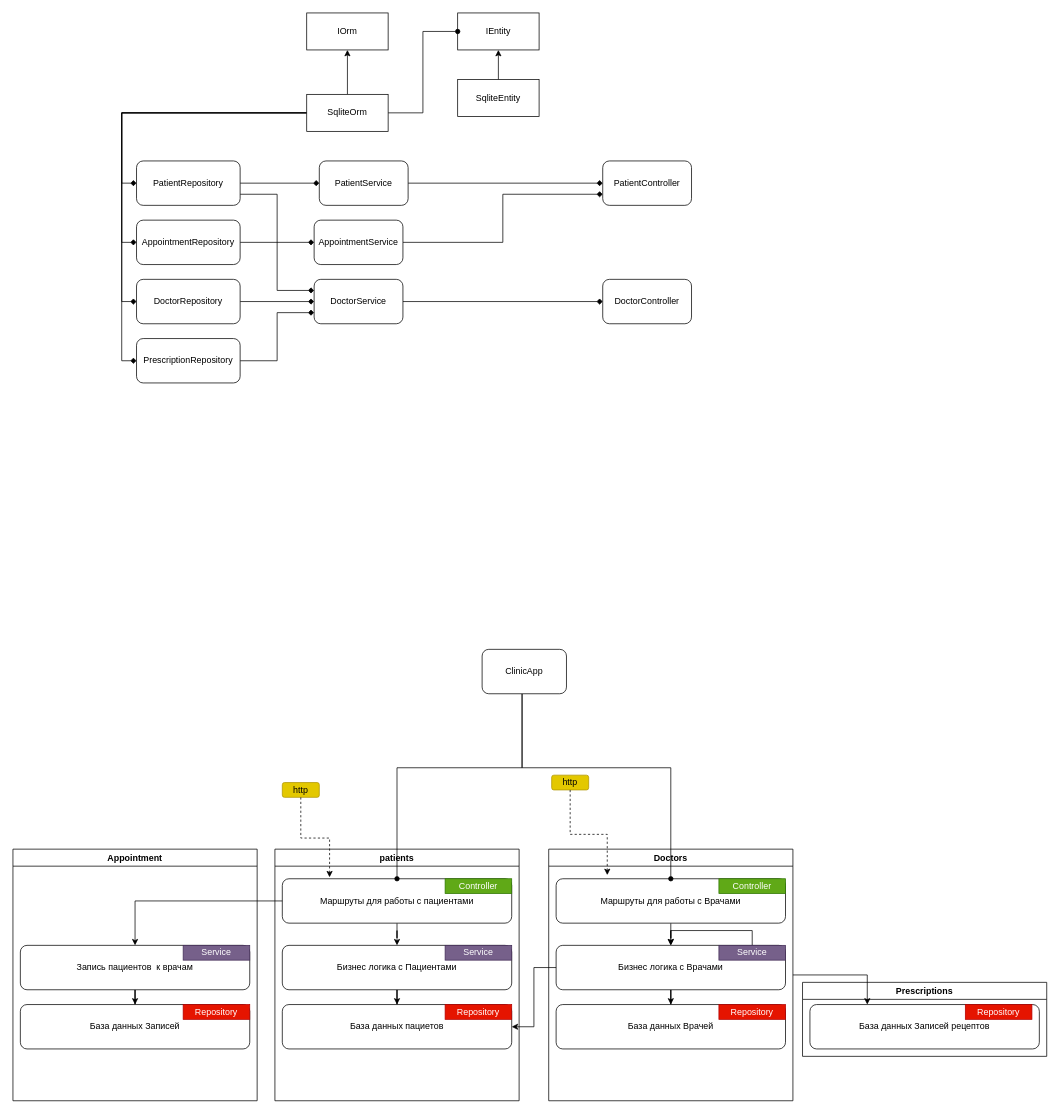
This is WeeklyClinic.drawio from lzpmpc005/HealthClinic, a draw.io file, before an edit. Source tidied: cells renumbered, new cells numbered last; positions are measured from the earlier drawing's top-left corner, leaving out a move shared by most shapes. Both pictures are drawn from the tidied source at 74%, with x=0, y=0 at pixel (13, 13).
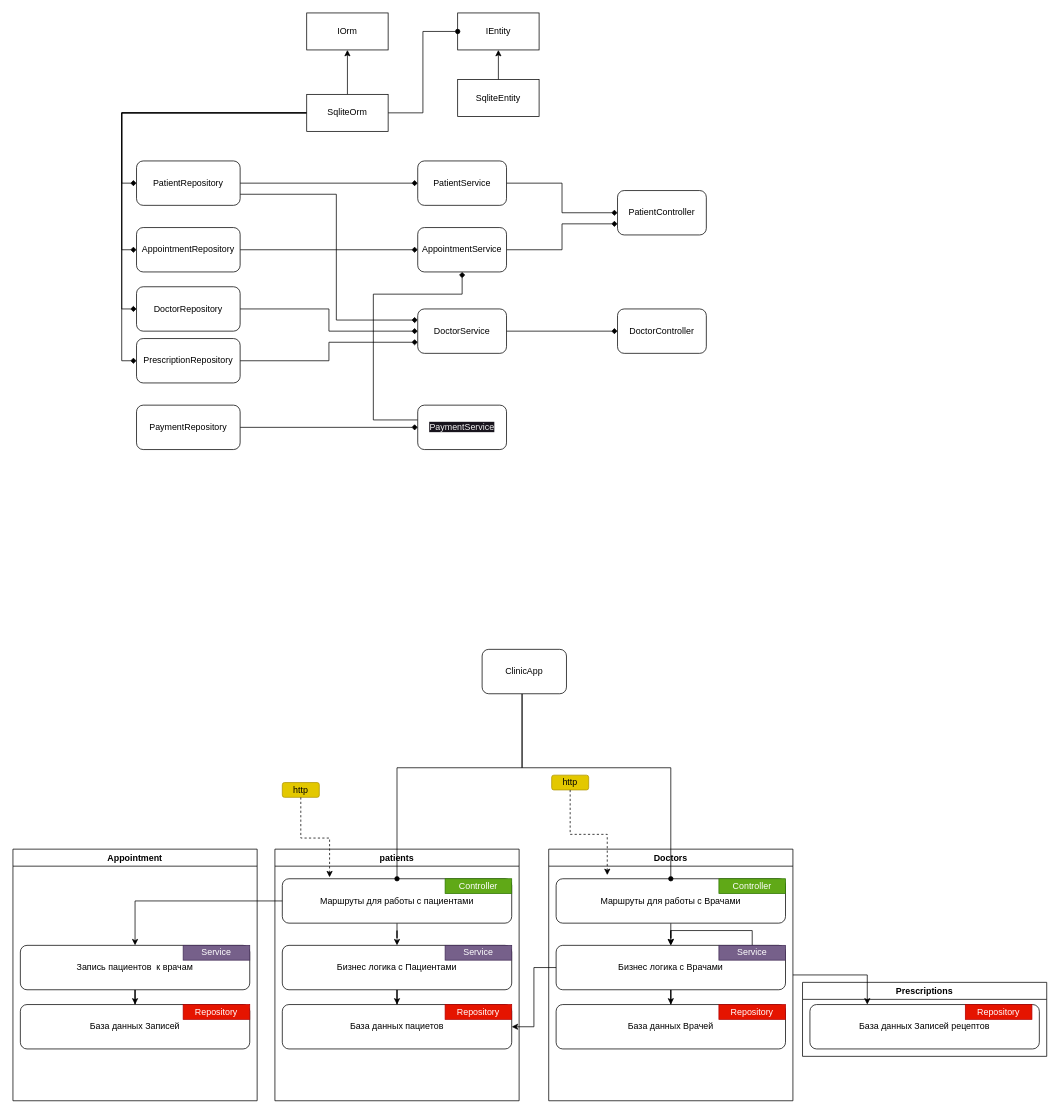
The same diagram, later.

Unchanged cells that the change refers to:
```xml
<mxCell id="51" value="PatientRepository" style="rounded=1;whiteSpace=wrap;html=1;" parent="1" vertex="1">
  <mxGeometry x="167" y="200" width="140" height="60" as="geometry" />
</mxCell>
```

The edit, as a diff of the source:
```diff
@@
     <mxCell id="50" style="edgeStyle=orthogonalEdgeStyle;rounded=0;jettySize=auto;html=1;exitX=1;exitY=0.75;exitDx=0;exitDy=0;entryX=0;entryY=0.25;entryDx=0;entryDy=0;endArrow=diamond;endFill=1;" parent="1" edge="1" source="51" target="59">
-      <mxGeometry relative="1" as="geometry" />
+      <mxGeometry relative="1" as="geometry">
+        <Array as="points">
+          <mxPoint x="437" y="245" />
+          <mxPoint x="437" y="415" />
+        </Array>
+      </mxGeometry>
     </mxCell>
@@
     <mxCell id="53" value="DoctorRepository" style="rounded=1;whiteSpace=wrap;html=1;" parent="1" vertex="1">
-      <mxGeometry x="167" y="360" width="140" height="60" as="geometry" />
+      <mxGeometry x="167" y="370" width="140" height="60" as="geometry" />
     </mxCell>
-    <mxCell id="54" style="edgeStyle=orthogonalEdgeStyle;rounded=0;jettySize=auto;html=1;entryX=0;entryY=0.5;entryDx=0;entryDy=0;endArrow=diamond;endFill=1;" parent="1" edge="1" source="55" target="61">
+    <mxCell id="54" style="edgeStyle=orthogonalEdgeStyle;rounded=0;html=1;entryX=0;entryY=0.5;entryDx=0;entryDy=0;endArrow=diamond;endFill=1;" parent="1" edge="1" source="55" target="61">
       <mxGeometry relative="1" as="geometry" />
     </mxCell>
     <mxCell id="55" value="AppointmentRepository" style="rounded=1;whiteSpace=wrap;html=1;" parent="1" vertex="1">
-      <mxGeometry x="167" y="280" width="140" height="60" as="geometry" />
+      <mxGeometry x="167" y="290" width="140" height="60" as="geometry" />
     </mxCell>
@@
     <mxCell id="57" value="PatientService" style="rounded=1;whiteSpace=wrap;html=1;" parent="1" vertex="1">
-      <mxGeometry x="414" y="200" width="120" height="60" as="geometry" />
+      <mxGeometry x="547" y="200" width="120" height="60" as="geometry" />
     </mxCell>
@@
     <mxCell id="59" value="DoctorService" style="rounded=1;whiteSpace=wrap;html=1;" parent="1" vertex="1">
-      <mxGeometry x="407" y="360" width="120" height="60" as="geometry" />
+      <mxGeometry x="547" y="400" width="120" height="60" as="geometry" />
     </mxCell>
@@
     <mxCell id="61" value="AppointmentService" style="rounded=1;whiteSpace=wrap;html=1;" parent="1" vertex="1">
-      <mxGeometry x="407" y="280" width="120" height="60" as="geometry" />
+      <mxGeometry x="547" y="290" width="120" height="60" as="geometry" />
     </mxCell>
     <mxCell id="62" value="PatientController" style="rounded=1;whiteSpace=wrap;html=1;" parent="1" vertex="1">
-      <mxGeometry x="797" y="200" width="120" height="60" as="geometry" />
+      <mxGeometry x="817" y="240" width="120" height="60" as="geometry" />
     </mxCell>
     <mxCell id="63" value="DoctorController" style="rounded=1;whiteSpace=wrap;html=1;" parent="1" vertex="1">
-      <mxGeometry x="797" y="360" width="120" height="60" as="geometry" />
+      <mxGeometry x="817" y="400" width="120" height="60" as="geometry" />
     </mxCell>
@@
+    <mxCell id="68" style="edgeStyle=orthogonalEdgeStyle;rounded=0;html=1;entryX=0;entryY=0.5;entryDx=0;entryDy=0;endArrow=diamond;endFill=1;" parent="1" edge="1" source="69" target="71">
+      <mxGeometry relative="1" as="geometry" />
+    </mxCell>
+    <mxCell id="69" value="PaymentRepository" style="rounded=1;whiteSpace=wrap;html=1;" parent="1" vertex="1">
+      <mxGeometry x="167" y="530" width="140" height="60" as="geometry" />
+    </mxCell>
+    <mxCell id="70" style="edgeStyle=orthogonalEdgeStyle;rounded=0;html=1;entryX=0.5;entryY=1;entryDx=0;entryDy=0;endArrow=diamond;endFill=1;" parent="1" edge="1" source="71" target="61">
+      <mxGeometry relative="1" as="geometry">
+        <Array as="points">
+          <mxPoint x="487" y="550" />
+          <mxPoint x="487" y="380" />
+          <mxPoint x="607" y="380" />
+        </Array>
+      </mxGeometry>
+    </mxCell>
+    <mxCell id="71" value="&lt;span style=&quot;color: rgb(240, 240, 240); font-family: Helvetica; font-size: 12px; font-style: normal; font-variant-ligatures: normal; font-variant-caps: normal; font-weight: 400; letter-spacing: normal; orphans: 2; text-align: center; text-indent: 0px; text-transform: none; widows: 2; word-spacing: 0px; -webkit-text-stroke-width: 0px; background-color: rgb(24, 20, 29); text-decoration-thickness: initial; text-decoration-style: initial; text-decoration-color: initial; float: none; display: inline !important;&quot;&gt;PaymentService&lt;/span&gt;" style="rounded=1;whiteSpace=wrap;html=1;" parent="1" vertex="1">
+      <mxGeometry x="547" y="530" width="120" height="60" as="geometry" />
+    </mxCell>
```
